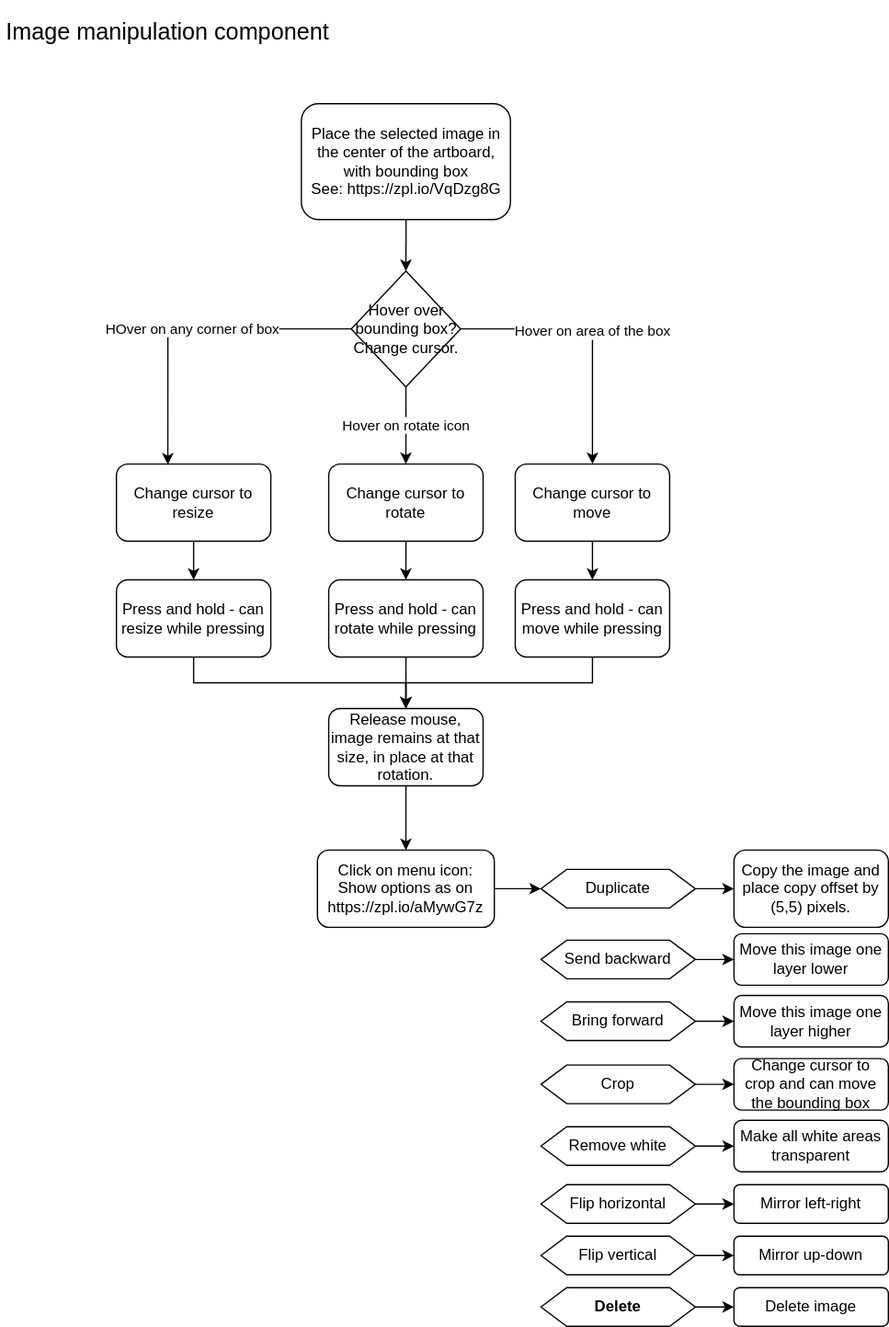
The draw.io diagram modules/components/image-manipulation.drawio.svg in ji-devs/ji-cloud-flowcharts, before a commit. Source tidied: cells renumbered, new cells last; positions are measured from the earlier drawing's top-left corner, leaving out a move shared by most shapes.
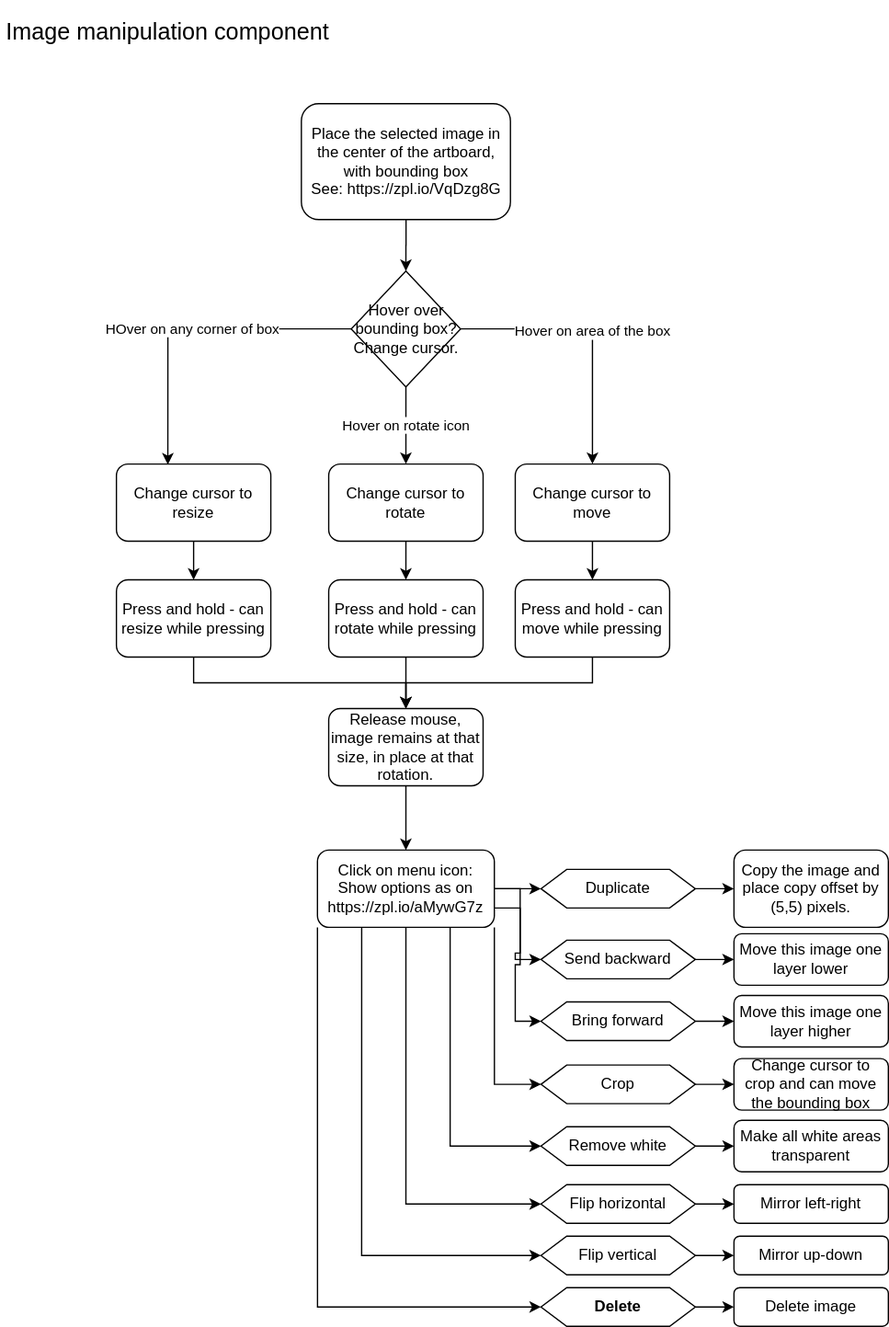
The same file after the commit.

Commit message:
sound interaction

Change to the diagram source:
```diff
@@ -80,6 +80,27 @@
     <mxCell id="23" style="edgeStyle=orthogonalEdgeStyle;rounded=0;jettySize=auto;html=1;entryX=0;entryY=0.5;entryDx=0;entryDy=0;" parent="1" edge="1" source="24" target="26">
       <mxGeometry relative="1" as="geometry" />
     </mxCell>
+    <mxCell id="49" style="edgeStyle=orthogonalEdgeStyle;rounded=0;jettySize=auto;html=1;entryX=0;entryY=0.5;entryDx=0;entryDy=0;" parent="1" edge="1" source="24" target="29">
+      <mxGeometry relative="1" as="geometry" />
+    </mxCell>
+    <mxCell id="50" style="edgeStyle=orthogonalEdgeStyle;rounded=0;jettySize=auto;html=1;exitX=1;exitY=0.75;exitDx=0;exitDy=0;entryX=0;entryY=0.5;entryDx=0;entryDy=0;" parent="1" edge="1" source="24" target="32">
+      <mxGeometry relative="1" as="geometry" />
+    </mxCell>
+    <mxCell id="51" style="edgeStyle=orthogonalEdgeStyle;rounded=0;jettySize=auto;html=1;exitX=1;exitY=1;exitDx=0;exitDy=0;entryX=0;entryY=0.5;entryDx=0;entryDy=0;" parent="1" edge="1" source="24" target="35">
+      <mxGeometry relative="1" as="geometry" />
+    </mxCell>
+    <mxCell id="52" style="edgeStyle=orthogonalEdgeStyle;rounded=0;jettySize=auto;html=1;exitX=0.75;exitY=1;exitDx=0;exitDy=0;entryX=0;entryY=0.5;entryDx=0;entryDy=0;" parent="1" edge="1" source="24" target="38">
+      <mxGeometry relative="1" as="geometry" />
+    </mxCell>
+    <mxCell id="53" style="edgeStyle=orthogonalEdgeStyle;rounded=0;jettySize=auto;html=1;exitX=0.5;exitY=1;exitDx=0;exitDy=0;entryX=0;entryY=0.5;entryDx=0;entryDy=0;" parent="1" edge="1" source="24" target="41">
+      <mxGeometry relative="1" as="geometry" />
+    </mxCell>
+    <mxCell id="54" style="edgeStyle=orthogonalEdgeStyle;rounded=0;jettySize=auto;html=1;exitX=0.25;exitY=1;exitDx=0;exitDy=0;entryX=0;entryY=0.5;entryDx=0;entryDy=0;" parent="1" edge="1" source="24" target="44">
+      <mxGeometry relative="1" as="geometry" />
+    </mxCell>
+    <mxCell id="55" style="edgeStyle=orthogonalEdgeStyle;rounded=0;jettySize=auto;html=1;exitX=0;exitY=1;exitDx=0;exitDy=0;entryX=0;entryY=0.5;entryDx=0;entryDy=0;" parent="1" edge="1" source="24" target="47">
+      <mxGeometry relative="1" as="geometry" />
+    </mxCell>
     <mxCell id="24" value="Click on menu icon: Show options as on&amp;nbsp;&lt;br&gt;https://zpl.io/aMywG7z" style="rounded=1;whiteSpace=wrap;html=1;" parent="1" vertex="1">
       <mxGeometry x="246.2" y="660" width="137.5" height="60" as="geometry" />
     </mxCell>
```
